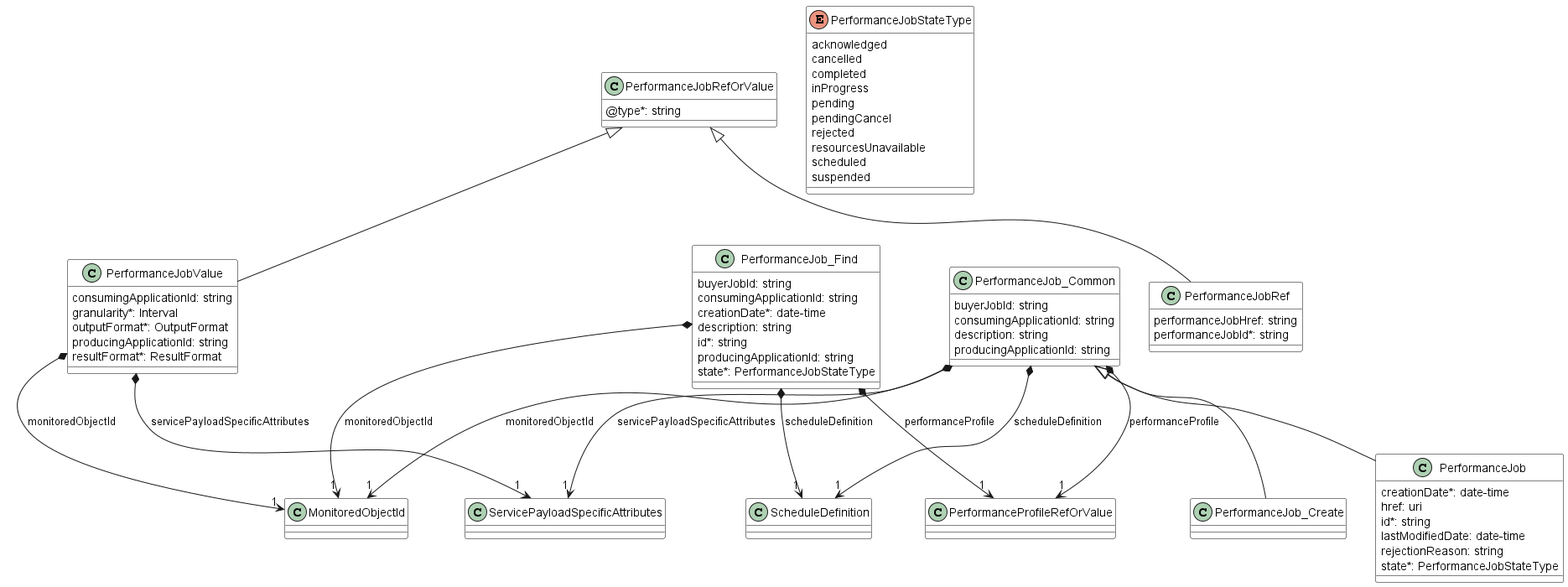
Above: documentation/serviceApi/pm/performance/media/performanceMonitoringDataModelPart1a.png in MEF-GIT/MEF-LSO-Legato-SDK (PlantUML), before the change. Its diagram source:
```plantuml
@startuml performanceMonitoringDataModelPart1a
skinparam {
    ClassBackgroundColor White
    ClassBorderColor Black
}

class PerformanceJob {
    creationDate*: date-time
    href: uri
    id*: string
    lastModifiedDate: date-time
    rejectionReason: string
    state*: PerformanceJobStateType
}
PerformanceJob_Common <|-- PerformanceJob

class PerformanceJobRef {
    performanceJobHref: string
    performanceJobId*: string
}
PerformanceJobRefOrValue <|-- PerformanceJobRef

class PerformanceJobRefOrValue {
    @type*: string
}

enum PerformanceJobStateType {
    acknowledged
    cancelled
    completed
    inProgress
    pending
    pendingCancel
    rejected
    resourcesUnavailable
    scheduled
    suspended
}

class PerformanceJobValue {
    consumingApplicationId: string
    granularity*: Interval
    outputFormat*: OutputFormat
    producingApplicationId: string
    resultFormat*: ResultFormat
}
PerformanceJobRefOrValue <|-- PerformanceJobValue
PerformanceJobValue *-->"1" MonitoredObjectId : monitoredObjectId
PerformanceJobValue *-->"1" ServicePayloadSpecificAttributes : servicePayloadSpecificAttributes

class PerformanceJob_Common {
    buyerJobId: string
    consumingApplicationId: string
    description: string
    producingApplicationId: string
}
PerformanceJob_Common *-->"1" MonitoredObjectId : monitoredObjectId
PerformanceJob_Common *-->"1" PerformanceProfileRefOrValue : performanceProfile
PerformanceJob_Common *-->"1" ScheduleDefinition : scheduleDefinition
PerformanceJob_Common *-->"1" ServicePayloadSpecificAttributes : servicePayloadSpecificAttributes


class PerformanceJob_Create {
}
PerformanceJob_Common <|-- PerformanceJob_Create

class PerformanceJob_Find {
    buyerJobId: string
    consumingApplicationId: string
    creationDate*: date-time
    description: string
    id*: string
    producingApplicationId: string
    state*: PerformanceJobStateType
}
PerformanceJob_Find *-->"1" MonitoredObjectId : monitoredObjectId
PerformanceJob_Find *-->"1" PerformanceProfileRefOrValue : performanceProfile
PerformanceJob_Find *-->"1" ScheduleDefinition : scheduleDefinition

@enduml
```
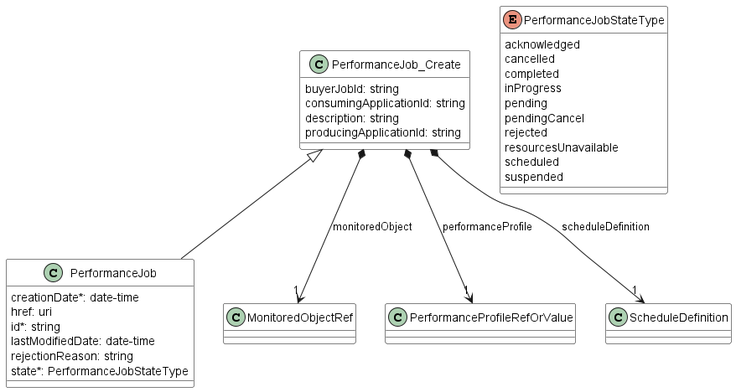
The same diagram one commit later.

Diff of the diagram source:
```diff
@@ -5,6 +5,7 @@
 }
 
 class PerformanceJob {
+
     creationDate*: date-time
     href: uri
     id*: string
@@ -12,17 +13,10 @@
     rejectionReason: string
     state*: PerformanceJobStateType
 }
-PerformanceJob_Common <|-- PerformanceJob
+PerformanceJob_Create <|-- PerformanceJob
 
-class PerformanceJobRef {
-    performanceJobHref: string
-    performanceJobId*: string
-}
-PerformanceJobRefOrValue <|-- PerformanceJobRef
 
-class PerformanceJobRefOrValue {
-    @type*: string
-}
+
 
 enum PerformanceJobStateType {
     acknowledged
@@ -37,44 +31,17 @@
     suspended
 }
 
-class PerformanceJobValue {
-    consumingApplicationId: string
-    granularity*: Interval
-    outputFormat*: OutputFormat
-    producingApplicationId: string
-    resultFormat*: ResultFormat
-}
-PerformanceJobRefOrValue <|-- PerformanceJobValue
-PerformanceJobValue *-->"1" MonitoredObjectId : monitoredObjectId
-PerformanceJobValue *-->"1" ServicePayloadSpecificAttributes : servicePayloadSpecificAttributes
+class PerformanceJob_Create {
 
-class PerformanceJob_Common {
     buyerJobId: string
     consumingApplicationId: string
     description: string
     producingApplicationId: string
 }
-PerformanceJob_Common *-->"1" MonitoredObjectId : monitoredObjectId
-PerformanceJob_Common *-->"1" PerformanceProfileRefOrValue : performanceProfile
-PerformanceJob_Common *-->"1" ScheduleDefinition : scheduleDefinition
-PerformanceJob_Common *-->"1" ServicePayloadSpecificAttributes : servicePayloadSpecificAttributes
+
+PerformanceJob_Create *-->"1" MonitoredObjectRef : monitoredObject
+PerformanceJob_Create *-->"1" PerformanceProfileRefOrValue : performanceProfile
+PerformanceJob_Create *-->"1" ScheduleDefinition : scheduleDefinition
 
 
-class PerformanceJob_Create {
-}
-PerformanceJob_Common <|-- PerformanceJob_Create
-
-class PerformanceJob_Find {
-    buyerJobId: string
-    consumingApplicationId: string
-    creationDate*: date-time
-    description: string
-    id*: string
-    producingApplicationId: string
-    state*: PerformanceJobStateType
-}
-PerformanceJob_Find *-->"1" MonitoredObjectId : monitoredObjectId
-PerformanceJob_Find *-->"1" PerformanceProfileRefOrValue : performanceProfile
-PerformanceJob_Find *-->"1" ScheduleDefinition : scheduleDefinition
-
 @enduml
```
